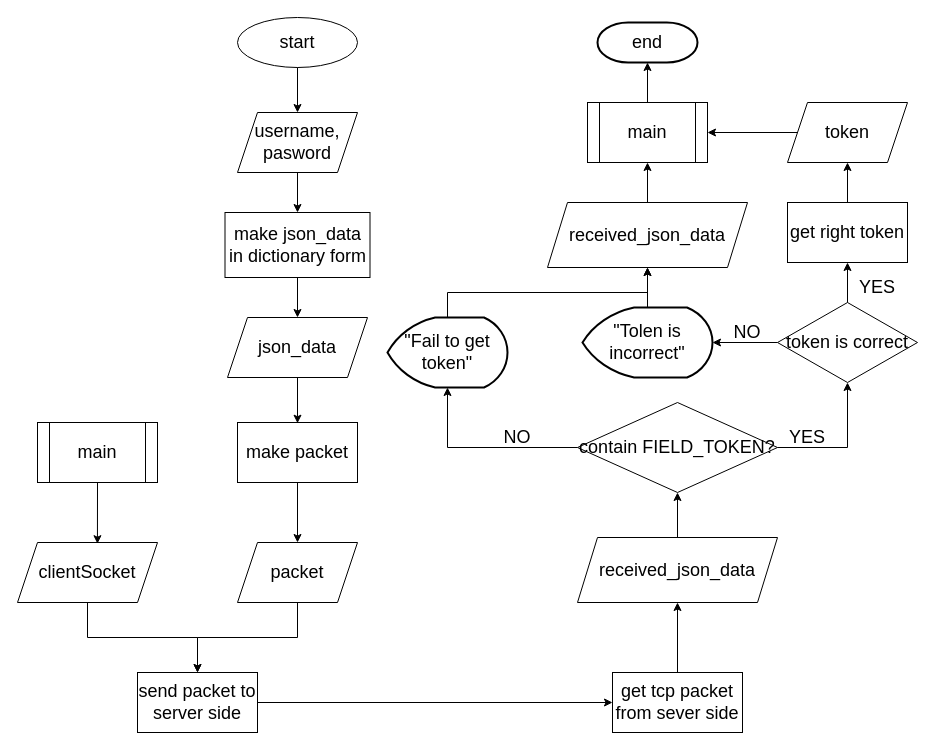
Earlier version of the draw.io diagram page "acuqire authorization" (3 of 5) of Untitled Diagram.drawio (1102131860/CAN201). Source tidied: cells renumbered, new cells numbered last; positions are measured from the earlier drawing's top-left corner, leaving out a move shared by most shapes. Both pictures are drawn from the tidied source at 100%, with x=0, y=0 at pixel (17, 17).
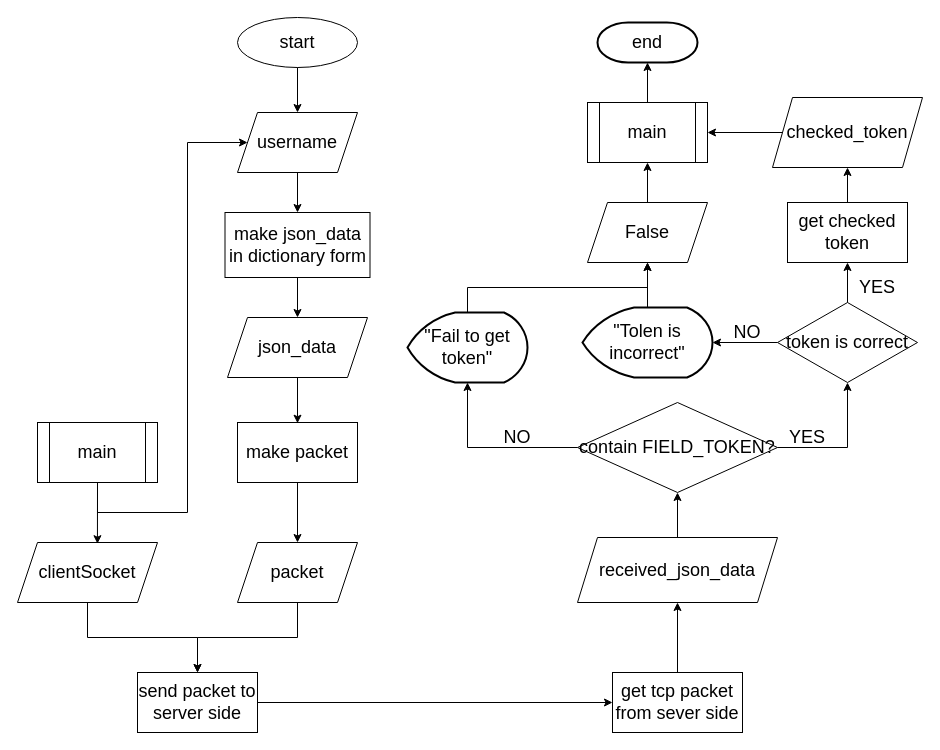
The same page after the edit.

The change refers to these unchanged cells:
```xml
<mxCell id="6" value="main" style="shape=process;whiteSpace=wrap;html=1;backgroundOutline=1;fontSize=18;" parent="1" vertex="1">
  <mxGeometry x="20" y="405" width="120" height="60" as="geometry" />
</mxCell>
<mxCell id="23" value="contain FIELD_TOKEN?" style="rhombus;whiteSpace=wrap;html=1;fontSize=18;" parent="1" vertex="1">
  <mxGeometry x="560" y="385" width="200" height="90" as="geometry" />
</mxCell>
```

Change to the diagram source:
```diff
@@
-    <mxCell id="15" value="username,&lt;br&gt;pasword" style="shape=parallelogram;perimeter=parallelogramPerimeter;whiteSpace=wrap;html=1;fixedSize=1;fontSize=18;" parent="1" vertex="1">
+    <mxCell id="15" value="username" style="shape=parallelogram;perimeter=parallelogramPerimeter;whiteSpace=wrap;html=1;fixedSize=1;fontSize=18;" parent="1" vertex="1">
       <mxGeometry x="220" y="95" width="120" height="60" as="geometry" />
     </mxCell>
@@
     <mxCell id="25" style="endArrow=classic;html=1;rounded=0;fontSize=18;exitX=0;exitY=0.5;exitDx=0;exitDy=0;edgeStyle=orthogonalEdgeStyle;entryX=0.5;entryY=1;entryDx=0;entryDy=0;entryPerimeter=0;" parent="1" edge="1" source="23" target="26">
       <mxGeometry relative="1" as="geometry">
         <Array as="points">
-          <mxPoint x="430" y="430" />
+          <mxPoint x="450" y="430" />
         </Array>
       </mxGeometry>
     </mxCell>
     <mxCell id="26" value="&quot;Fail to get token&quot;" style="strokeWidth=2;html=1;shape=mxgraph.flowchart.display;whiteSpace=wrap;fontSize=18;" parent="1" vertex="1">
-      <mxGeometry x="370" y="300" width="120" height="70" as="geometry" />
+      <mxGeometry x="390" y="295" width="120" height="70" as="geometry" />
     </mxCell>
@@
-    <mxCell id="34" value="get right token" style="rounded=0;whiteSpace=wrap;html=1;fontSize=18;" parent="1" vertex="1">
+    <mxCell id="34" value="get checked token" style="rounded=0;whiteSpace=wrap;html=1;fontSize=18;" parent="1" vertex="1">
       <mxGeometry x="770" y="185" width="120" height="60" as="geometry" />
     </mxCell>
@@
-    <mxCell id="36" value="token" style="shape=parallelogram;perimeter=parallelogramPerimeter;whiteSpace=wrap;html=1;fixedSize=1;fontSize=18;" parent="1" vertex="1">
-      <mxGeometry x="770" y="85" width="120" height="60" as="geometry" />
+    <mxCell id="36" value="checked_token" style="shape=parallelogram;perimeter=parallelogramPerimeter;whiteSpace=wrap;html=1;fixedSize=1;fontSize=18;" parent="1" vertex="1">
+      <mxGeometry x="755" y="80" width="150" height="70" as="geometry" />
     </mxCell>
@@
-    <mxCell id="43" value="received_json_data" style="shape=parallelogram;perimeter=parallelogramPerimeter;whiteSpace=wrap;html=1;fixedSize=1;fontSize=18;" parent="1" vertex="1">
-      <mxGeometry x="530" y="185" width="200" height="65" as="geometry" />
+    <mxCell id="43" value="False" style="shape=parallelogram;perimeter=parallelogramPerimeter;whiteSpace=wrap;html=1;fixedSize=1;fontSize=18;" parent="1" vertex="1">
+      <mxGeometry x="570" y="185" width="120" height="60" as="geometry" />
     </mxCell>
@@
+    <mxCell id="47" style="endArrow=classic;html=1;rounded=0;fontSize=18;exitX=0.5;exitY=1;exitDx=0;exitDy=0;entryX=0;entryY=0.5;entryDx=0;entryDy=0;edgeStyle=orthogonalEdgeStyle;" parent="1" edge="1" source="6" target="15">
+      <mxGeometry relative="1" as="geometry">
+        <Array as="points">
+          <mxPoint x="80" y="495" />
+          <mxPoint x="170" y="495" />
+          <mxPoint x="170" y="125" />
+        </Array>
+      </mxGeometry>
+    </mxCell>
```
